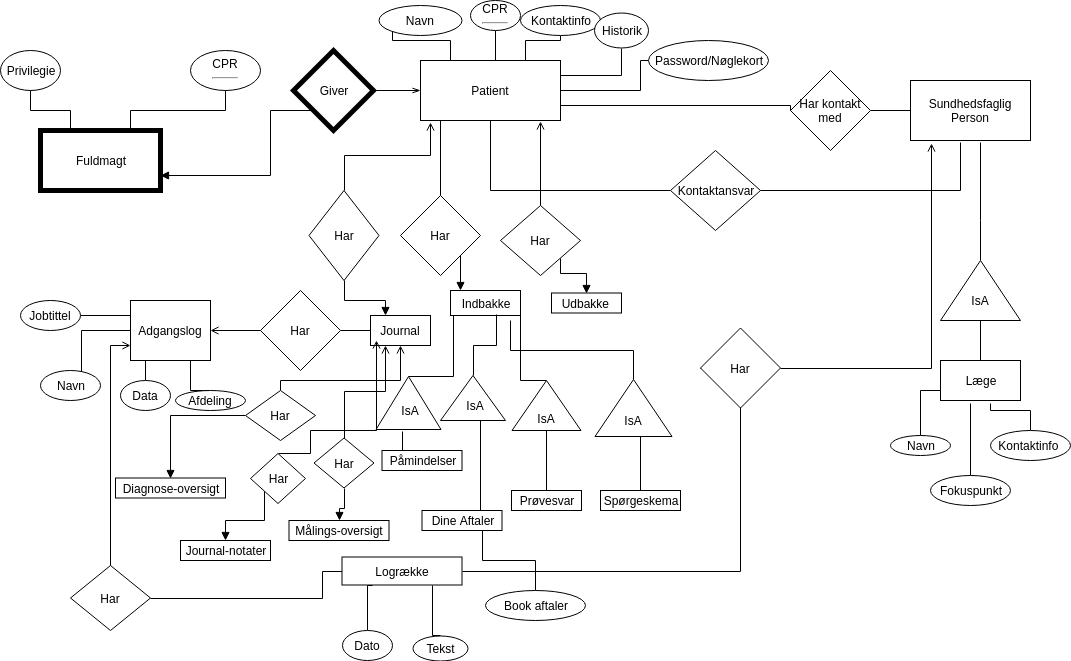
This is Innovation/LaTex/Materials/ER-diagram.png from Snapzie/UIS, a draw.io export, as it was before one commit. Source tidied: cells renumbered, new cells last; positions are measured from the earlier drawing's top-left corner, leaving out a move shared by most shapes.
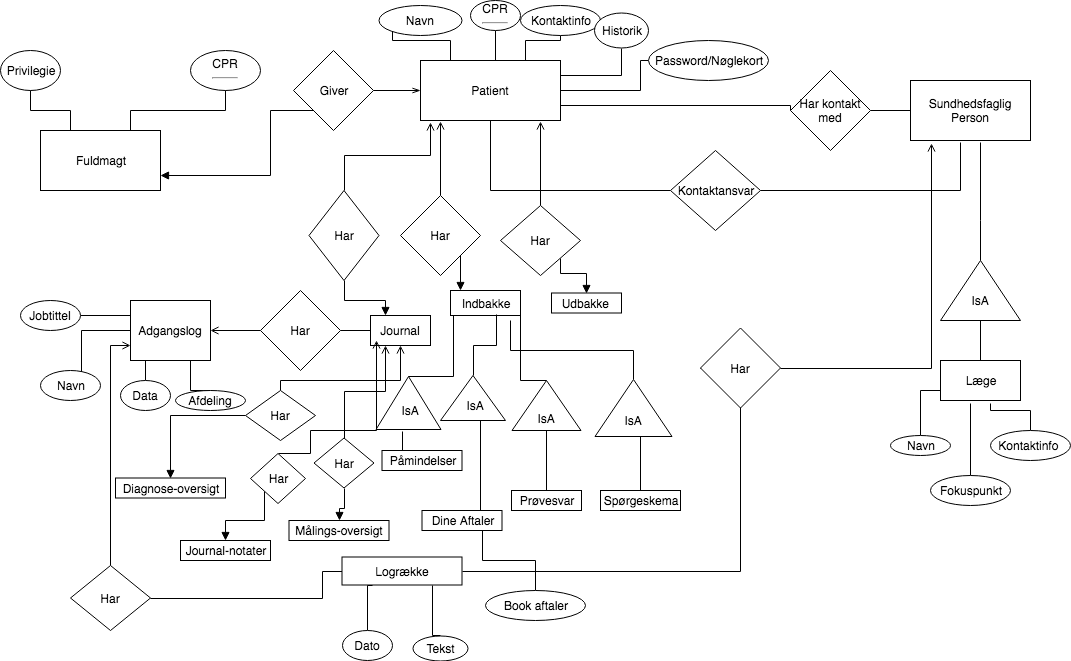
After the commit.

Commit message:
Bilag 4 ER diagrm, tilføjelser til teknologi

The edit, as a diff of the source:
```diff
@@ -14,7 +14,7 @@
     <mxCell id="5" style="edgeStyle=orthogonalEdgeStyle;rounded=0;jettySize=auto;html=1;exitX=0.75;exitY=0;exitDx=0;exitDy=0;endArrow=none;endFill=0;" parent="1" edge="1" source="6" target="3">
       <mxGeometry relative="1" as="geometry" />
     </mxCell>
-    <mxCell id="6" value="Fuldmagt" style="rounded=0;whiteSpace=wrap;html=1;strokeWidth=5;" parent="1" vertex="1">
+    <mxCell id="6" value="Fuldmagt" style="rounded=0;whiteSpace=wrap;html=1;strokeWidth=1;strokeColor=#000000;fillColor=#ffffff;" parent="1" vertex="1">
       <mxGeometry x="40" y="130" width="120" height="60" as="geometry" />
     </mxCell>
     <mxCell id="7" style="edgeStyle=orthogonalEdgeStyle;rounded=0;jettySize=auto;html=1;exitX=0;exitY=1;exitDx=0;exitDy=0;entryX=1;entryY=0.75;entryDx=0;entryDy=0;endArrow=block;endFill=1;startArrow=none;startFill=0;" parent="1" edge="1" source="8" target="6">
@@ -25,7 +25,7 @@
         </Array>
       </mxGeometry>
     </mxCell>
-    <mxCell id="8" value="Giver" style="rhombus;whiteSpace=wrap;html=1;strokeWidth=5;" parent="1" vertex="1">
+    <mxCell id="8" value="Giver" style="rhombus;whiteSpace=wrap;html=1;strokeWidth=1;" parent="1" vertex="1">
       <mxGeometry x="293" y="50" width="80" height="80" as="geometry" />
     </mxCell>
     <mxCell id="9" style="edgeStyle=orthogonalEdgeStyle;rounded=0;jettySize=auto;html=1;exitX=0;exitY=0.5;exitDx=0;exitDy=0;startArrow=openThin;startFill=0;endArrow=none;endFill=0;entryX=1;entryY=0.5;entryDx=0;entryDy=0;" parent="1" edge="1" source="16" target="8">
@@ -137,7 +137,12 @@
       <mxGeometry x="940" y="360" width="80" height="40" as="geometry" />
     </mxCell>
     <mxCell id="35" style="edgeStyle=orthogonalEdgeStyle;rounded=0;jettySize=auto;html=1;exitX=0.5;exitY=0;exitDx=0;exitDy=0;entryX=0.071;entryY=1.033;entryDx=0;entryDy=0;entryPerimeter=0;startArrow=none;startFill=0;endArrow=open;endFill=0;" parent="1" edge="1" source="37" target="16">
-      <mxGeometry relative="1" as="geometry" />
+      <mxGeometry relative="1" as="geometry">
+        <Array as="points">
+          <mxPoint x="344" y="155" />
+          <mxPoint x="430" y="155" />
+        </Array>
+      </mxGeometry>
     </mxCell>
     <mxCell id="36" style="edgeStyle=orthogonalEdgeStyle;rounded=0;jettySize=auto;html=1;exitX=0.5;exitY=1;exitDx=0;exitDy=0;entryX=0.25;entryY=0;entryDx=0;entryDy=0;startArrow=none;startFill=0;endArrow=block;endFill=1;" parent="1" edge="1" source="37" target="40">
       <mxGeometry relative="1" as="geometry" />
@@ -252,12 +257,8 @@
     <mxCell id="63" value="Har" style="rhombus;whiteSpace=wrap;html=1;strokeWidth=1;" parent="1" vertex="1">
       <mxGeometry x="700" y="327.5" width="80" height="80" as="geometry" />
     </mxCell>
-    <mxCell id="64" style="edgeStyle=orthogonalEdgeStyle;rounded=0;jettySize=auto;html=1;exitX=0.5;exitY=0;exitDx=0;exitDy=0;entryX=0.429;entryY=1;entryDx=0;entryDy=0;entryPerimeter=0;startArrow=none;startFill=0;endArrow=none;endFill=0;" parent="1" edge="1" source="66" target="16">
-      <mxGeometry relative="1" as="geometry">
-        <Array as="points">
-          <mxPoint x="440" y="120" />
-        </Array>
-      </mxGeometry>
+    <mxCell id="64" style="edgeStyle=orthogonalEdgeStyle;rounded=0;jettySize=auto;html=1;exitX=0.5;exitY=0;exitDx=0;exitDy=0;startArrow=none;startFill=0;endArrow=open;endFill=0;entryX=0.143;entryY=1.017;entryDx=0;entryDy=0;entryPerimeter=0;" parent="1" edge="1" source="66" target="16">
+      <mxGeometry relative="1" as="geometry" />
     </mxCell>
     <mxCell id="65" style="edgeStyle=orthogonalEdgeStyle;rounded=0;jettySize=auto;html=1;exitX=1;exitY=1;exitDx=0;exitDy=0;startArrow=none;startFill=0;endArrow=block;endFill=1;" parent="1" edge="1" source="66" target="69">
       <mxGeometry relative="1" as="geometry">
```
